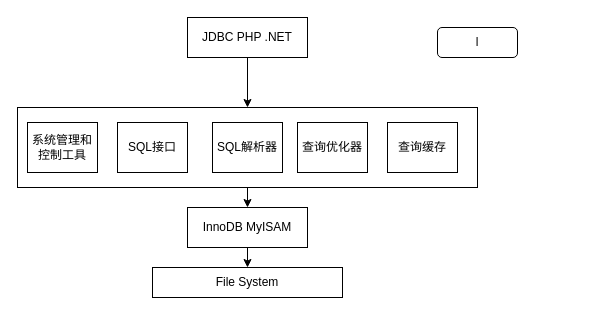
Above: 画图.drawio in sunqiao520/image-hosting (draw.io), before the change. Source tidied: cells renumbered, new cells numbered last; positions are measured from the earlier drawing's top-left corner, leaving out a move shared by most shapes. Both pictures are drawn from the tidied source at 100%, with x=0, y=0 at pixel (17, 17).
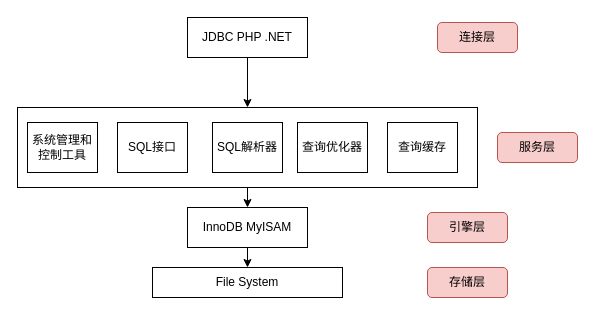
The same page after the edit.

What changed in the source:
```diff
@@
 <mxGraphModel>
   <root>
     <mxCell id="0" />
     <mxCell id="1" parent="0" />
     <mxCell id="2" style="edgeStyle=orthogonalEdgeStyle;rounded=0;jettySize=auto;html=1;exitX=0.5;exitY=1;exitDx=0;exitDy=0;entryX=0.5;entryY=0;entryDx=0;entryDy=0;" parent="1" edge="1" source="3" target="5">
       <mxGeometry relative="1" as="geometry" />
     </mxCell>
     <mxCell id="3" value="JDBC PHP .NET" style="rounded=0;whiteSpace=wrap;html=1;" parent="1" vertex="1">
       <mxGeometry x="170" width="120" height="40" as="geometry" />
     </mxCell>
     <mxCell id="4" style="edgeStyle=orthogonalEdgeStyle;rounded=0;jettySize=auto;html=1;exitX=0.5;exitY=1;exitDx=0;exitDy=0;entryX=0.5;entryY=0;entryDx=0;entryDy=0;" parent="1" edge="1" source="5" target="12">
       <mxGeometry relative="1" as="geometry" />
     </mxCell>
     <mxCell id="5" style="rounded=0;whiteSpace=wrap;html=1;" parent="1" vertex="1">
       <mxGeometry y="90" width="460" height="80" as="geometry" />
     </mxCell>
     <mxCell id="6" value="系统管理和控制工具" style="rounded=0;whiteSpace=wrap;html=1;" parent="1" vertex="1">
       <mxGeometry x="10" y="105" width="70" height="50" as="geometry" />
     </mxCell>
     <mxCell id="7" value="SQL接口" style="rounded=0;whiteSpace=wrap;html=1;" parent="1" vertex="1">
       <mxGeometry x="100" y="105" width="70" height="50" as="geometry" />
     </mxCell>
     <mxCell id="8" value="SQL解析器" style="rounded=0;whiteSpace=wrap;html=1;" parent="1" vertex="1">
       <mxGeometry x="195" y="105" width="70" height="50" as="geometry" />
     </mxCell>
     <mxCell id="9" value="查询优化器" style="rounded=0;whiteSpace=wrap;html=1;" parent="1" vertex="1">
       <mxGeometry x="280" y="105" width="70" height="50" as="geometry" />
     </mxCell>
     <mxCell id="10" value="查询缓存" style="rounded=0;whiteSpace=wrap;html=1;" parent="1" vertex="1">
       <mxGeometry x="370" y="105" width="70" height="50" as="geometry" />
     </mxCell>
     <mxCell id="11" style="edgeStyle=orthogonalEdgeStyle;rounded=0;jettySize=auto;html=1;exitX=0.5;exitY=1;exitDx=0;exitDy=0;entryX=0.5;entryY=0;entryDx=0;entryDy=0;" parent="1" edge="1" source="12" target="13">
       <mxGeometry relative="1" as="geometry" />
     </mxCell>
     <mxCell id="12" value="InnoDB MyISAM" style="rounded=0;whiteSpace=wrap;html=1;" parent="1" vertex="1">
       <mxGeometry x="170" y="190" width="120" height="40" as="geometry" />
     </mxCell>
     <mxCell id="13" value="File System" style="rounded=0;whiteSpace=wrap;html=1;" parent="1" vertex="1">
       <mxGeometry x="135" y="250" width="190" height="30" as="geometry" />
     </mxCell>
-    <mxCell id="14" value="l" style="rounded=1;whiteSpace=wrap;html=1;" parent="1" vertex="1">
-      <mxGeometry x="420" y="10" width="80" height="30" as="geometry" />
+    <mxCell id="14" value="连接层" style="rounded=1;whiteSpace=wrap;html=1;fillColor=#f8cecc;strokeColor=#b85450;" parent="1" vertex="1">
+      <mxGeometry x="420" y="5" width="80" height="30" as="geometry" />
     </mxCell>
+    <mxCell id="15" value="服务层" style="rounded=1;whiteSpace=wrap;html=1;fillColor=#f8cecc;strokeColor=#b85450;" parent="1" vertex="1">
+      <mxGeometry x="480" y="115" width="80" height="30" as="geometry" />
+    </mxCell>
+    <mxCell id="16" value="引擎层" style="rounded=1;whiteSpace=wrap;html=1;fillColor=#f8cecc;strokeColor=#b85450;" parent="1" vertex="1">
+      <mxGeometry x="410" y="195" width="80" height="30" as="geometry" />
+    </mxCell>
+    <mxCell id="17" value="存储层" style="rounded=1;whiteSpace=wrap;html=1;fillColor=#f8cecc;strokeColor=#b85450;" parent="1" vertex="1">
+      <mxGeometry x="410" y="250" width="80" height="30" as="geometry" />
+    </mxCell>
   </root>
 </mxGraphModel>
```
